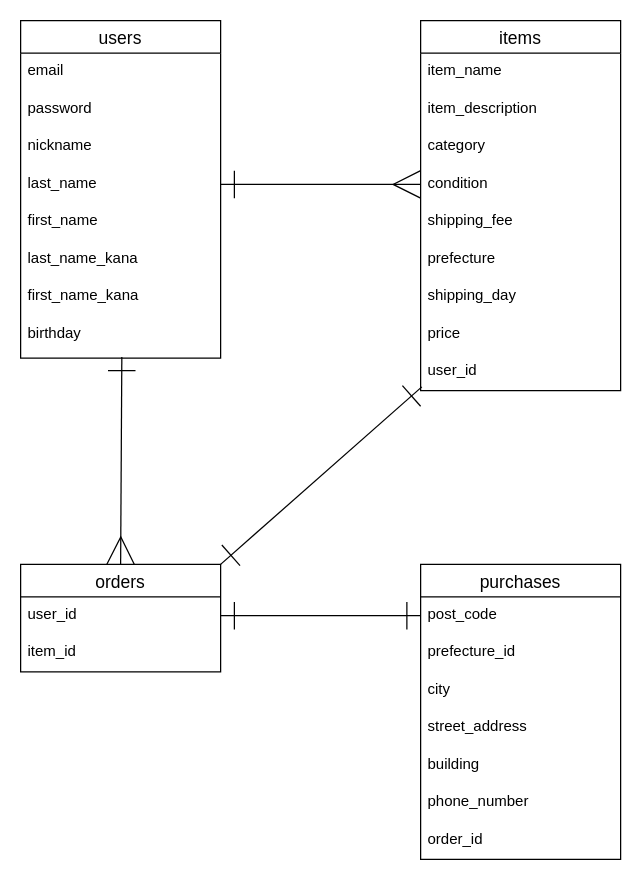
Before: furima-41554.dio in youri0416/furima-41554, a draw.io diagram. Source tidied: cells renumbered, new cells numbered last; positions are measured from the earlier drawing's top-left corner, leaving out a move shared by most shapes. Both pictures are drawn from the tidied source at 125%, with x=0, y=0 at pixel (20, 20).
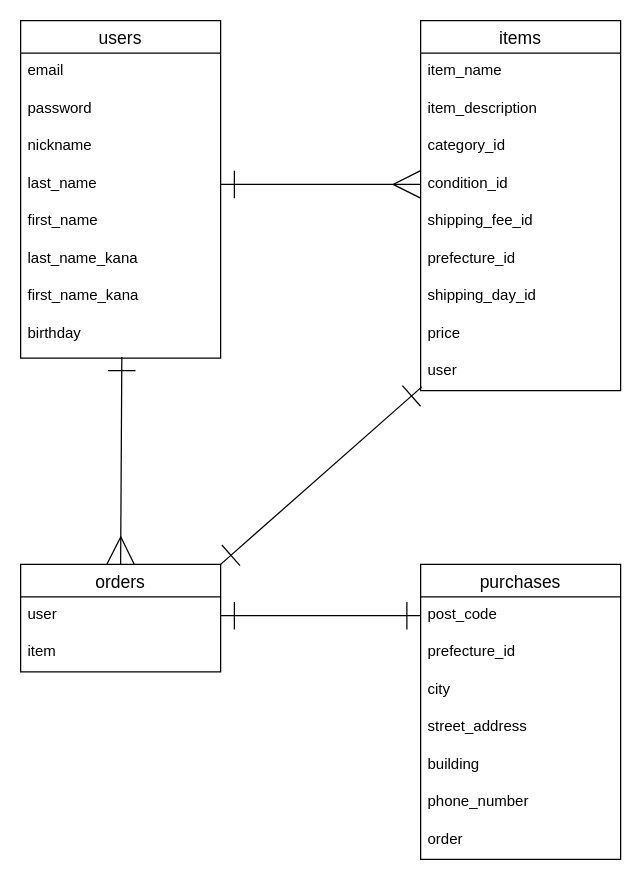
After the change.

Commit message:
ER図の再度修正

アクティブハッシュの_id追加
外部キーの_idの削除

Unchanged cells that the change refers to:
```xml
<mxCell id="11" value="items" style="swimlane;fontStyle=0;horizontal=1;startSize=26;align=center;fontSize=14;" parent="1" vertex="1">
  <mxGeometry x="320" width="160" height="296" as="geometry" />
</mxCell>
<mxCell id="21" value="orders" style="swimlane;fontStyle=0;horizontal=1;startSize=26;align=center;fontSize=14;" parent="1" vertex="1">
  <mxGeometry y="435" width="160" height="86" as="geometry" />
</mxCell>
<mxCell id="24" value="purchases" style="swimlane;fontStyle=0;horizontal=1;startSize=26;align=center;fontSize=14;" parent="1" vertex="1">
  <mxGeometry x="320" y="435" width="160" height="236" as="geometry" />
</mxCell>
```

The edit, as a diff of the source:
```diff
@@
-    <mxCell id="14" value="category" style="text;strokeColor=none;fillColor=none;spacingLeft=4;spacingRight=4;overflow=hidden;fontSize=12;" parent="11" vertex="1">
+    <mxCell id="14" value="category_id" style="text;strokeColor=none;fillColor=none;spacingLeft=4;spacingRight=4;overflow=hidden;fontSize=12;" parent="11" vertex="1">
       <mxGeometry y="86" width="160" height="30" as="geometry" />
     </mxCell>
-    <mxCell id="15" value="condition" style="text;strokeColor=none;fillColor=none;spacingLeft=4;spacingRight=4;overflow=hidden;points=[[0,0.5],[1,0.5]];portConstraint=eastwest;fontSize=12;" parent="11" vertex="1">
+    <mxCell id="15" value="condition_id" style="text;strokeColor=none;fillColor=none;spacingLeft=4;spacingRight=4;overflow=hidden;points=[[0,0.5],[1,0.5]];portConstraint=eastwest;fontSize=12;" parent="11" vertex="1">
       <mxGeometry y="116" width="160" height="30" as="geometry" />
     </mxCell>
-    <mxCell id="16" value="shipping_fee" style="text;strokeColor=none;fillColor=none;spacingLeft=4;spacingRight=4;overflow=hidden;fontSize=12;" parent="11" vertex="1">
+    <mxCell id="16" value="shipping_fee_id" style="text;strokeColor=none;fillColor=none;spacingLeft=4;spacingRight=4;overflow=hidden;fontSize=12;" parent="11" vertex="1">
       <mxGeometry y="146" width="160" height="30" as="geometry" />
     </mxCell>
-    <mxCell id="17" value="prefecture" style="text;strokeColor=none;fillColor=none;spacingLeft=4;spacingRight=4;overflow=hidden;fontSize=12;" parent="11" vertex="1">
+    <mxCell id="17" value="prefecture_id" style="text;strokeColor=none;fillColor=none;spacingLeft=4;spacingRight=4;overflow=hidden;fontSize=12;" parent="11" vertex="1">
       <mxGeometry y="176" width="160" height="30" as="geometry" />
     </mxCell>
-    <mxCell id="18" value="shipping_day" style="text;strokeColor=none;fillColor=none;spacingLeft=4;spacingRight=4;overflow=hidden;fontSize=12;" parent="11" vertex="1">
+    <mxCell id="18" value="shipping_day_id" style="text;strokeColor=none;fillColor=none;spacingLeft=4;spacingRight=4;overflow=hidden;fontSize=12;" parent="11" vertex="1">
       <mxGeometry y="206" width="160" height="30" as="geometry" />
     </mxCell>
@@
-    <mxCell id="20" value="user_id" style="text;strokeColor=none;fillColor=none;spacingLeft=4;spacingRight=4;overflow=hidden;points=[[0,0.5],[1,0.5]];portConstraint=eastwest;fontSize=12;" parent="11" vertex="1">
+    <mxCell id="20" value="user" style="text;strokeColor=none;fillColor=none;spacingLeft=4;spacingRight=4;overflow=hidden;points=[[0,0.5],[1,0.5]];portConstraint=eastwest;fontSize=12;" parent="11" vertex="1">
       <mxGeometry y="266" width="160" height="30" as="geometry" />
     </mxCell>
@@
-    <mxCell id="22" value="user_id" style="text;strokeColor=none;fillColor=none;spacingLeft=4;spacingRight=4;overflow=hidden;points=[[0,0.5],[1,0.5]];portConstraint=eastwest;fontSize=12;" parent="21" vertex="1">
+    <mxCell id="22" value="user" style="text;strokeColor=none;fillColor=none;spacingLeft=4;spacingRight=4;overflow=hidden;points=[[0,0.5],[1,0.5]];portConstraint=eastwest;fontSize=12;" parent="21" vertex="1">
       <mxGeometry y="26" width="160" height="30" as="geometry" />
     </mxCell>
-    <mxCell id="23" value="item_id" style="text;strokeColor=none;fillColor=none;spacingLeft=4;spacingRight=4;overflow=hidden;fontSize=12;" parent="21" vertex="1">
+    <mxCell id="23" value="item" style="text;strokeColor=none;fillColor=none;spacingLeft=4;spacingRight=4;overflow=hidden;fontSize=12;" parent="21" vertex="1">
       <mxGeometry y="56" width="160" height="30" as="geometry" />
     </mxCell>
@@
-    <mxCell id="31" value="order_id" style="text;strokeColor=none;fillColor=none;spacingLeft=4;spacingRight=4;overflow=hidden;fontSize=12;" parent="24" vertex="1">
+    <mxCell id="31" value="order" style="text;strokeColor=none;fillColor=none;spacingLeft=4;spacingRight=4;overflow=hidden;fontSize=12;" parent="24" vertex="1">
       <mxGeometry y="206" width="160" height="30" as="geometry" />
     </mxCell>
```
